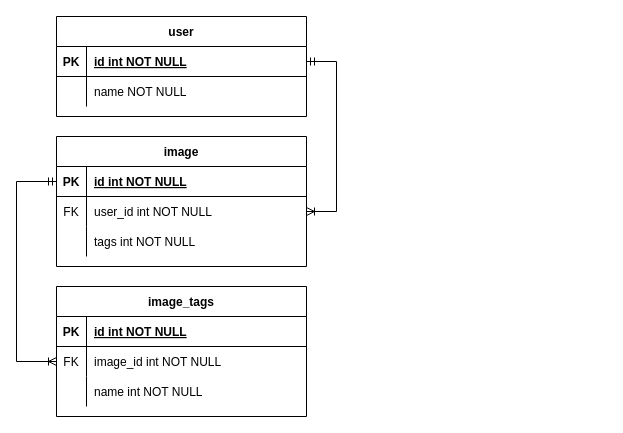
Before: example-image-post.drawio in azmiadhani/diagramsnet, a draw.io diagram. Source tidied: cells renumbered, new cells numbered last; positions are measured from the earlier drawing's top-left corner, leaving out a move shared by most shapes. Both pictures are drawn from the tidied source at 100%, with x=0, y=0 at pixel (16, 16).
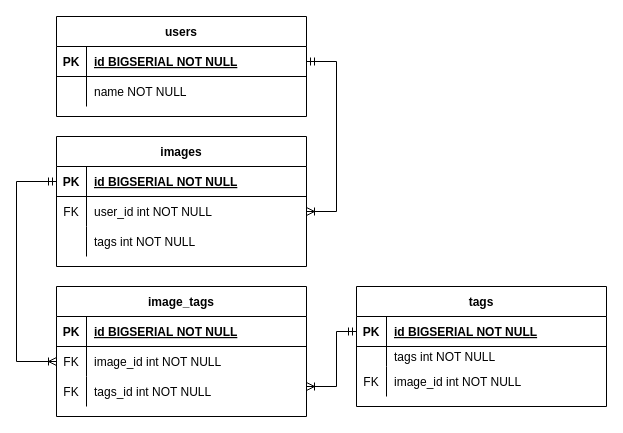
The same page after the edit.

Unchanged cells that the change refers to:
```xml
<mxCell id="3" style="shape=partialRectangle;fillColor=none;points=[[0,0.5],[1,0.5]];portConstraint=eastwest;top=0;left=0;right=0;bottom=1;" parent="2" vertex="1">
  <mxGeometry y="30" width="250" height="30" as="geometry" />
</mxCell>
<mxCell id="13" style="shape=partialRectangle;fillColor=none;points=[[0,0.5],[1,0.5]];portConstraint=eastwest;top=0;left=0;right=0;bottom=1;" parent="12" vertex="1">
  <mxGeometry y="30" width="250" height="30" as="geometry" />
</mxCell>
<mxCell id="20" style="shape=partialRectangle;fillColor=none;top=0;left=0;right=0;bottom=1;" parent="19" vertex="1">
  <mxGeometry y="30" width="250" height="30" as="geometry" />
</mxCell>
<mxCell id="26" style="shape=partialRectangle;fillColor=none;points=[[0,0.5],[1,0.5]];portConstraint=eastwest;top=0;left=0;right=0;bottom=0;" parent="19" vertex="1">
  <mxGeometry y="90" width="250" height="30" as="geometry" />
</mxCell>
```

Change to the diagram source:
```diff
@@
-    <mxCell id="2" value="image" style="shape=table;startSize=30;childLayout=tableLayout;rowLines=0;fontStyle=1;align=center;" parent="1" vertex="1">
+    <mxCell id="2" value="images" style="shape=table;startSize=30;childLayout=tableLayout;rowLines=0;fontStyle=1;align=center;" parent="1" vertex="1">
       <mxGeometry x="40" y="120" width="250" height="130" as="geometry" />
     </mxCell>
@@
-    <mxCell id="5" value="id int NOT NULL " style="shape=partialRectangle;overflow=hidden;fillColor=none;top=0;left=0;bottom=0;right=0;align=left;spacingLeft=6;fontStyle=5;" parent="3" vertex="1">
+    <mxCell id="5" value="id BIGSERIAL NOT NULL " style="shape=partialRectangle;overflow=hidden;fillColor=none;top=0;left=0;bottom=0;right=0;align=left;spacingLeft=6;fontStyle=5;" parent="3" vertex="1">
       <mxGeometry x="30" width="220" height="30" as="geometry" />
     </mxCell>
@@
-    <mxCell id="12" value="user" style="shape=table;startSize=30;childLayout=tableLayout;rowLines=0;fontStyle=1;align=center;" parent="1" vertex="1">
+    <mxCell id="12" value="users" style="shape=table;startSize=30;childLayout=tableLayout;rowLines=0;fontStyle=1;align=center;" parent="1" vertex="1">
       <mxGeometry x="40" width="250" height="100" as="geometry" />
     </mxCell>
@@
-    <mxCell id="15" value="id int NOT NULL " style="shape=partialRectangle;overflow=hidden;fillColor=none;top=0;left=0;bottom=0;right=0;align=left;spacingLeft=6;fontStyle=5;" parent="13" vertex="1">
+    <mxCell id="15" value="id BIGSERIAL NOT NULL " style="shape=partialRectangle;overflow=hidden;fillColor=none;top=0;left=0;bottom=0;right=0;align=left;spacingLeft=6;fontStyle=5;" parent="13" vertex="1">
       <mxGeometry x="30" width="220" height="30" as="geometry" />
     </mxCell>
@@
-    <mxCell id="22" value="id int NOT NULL " style="shape=partialRectangle;overflow=hidden;fillColor=none;top=0;left=0;bottom=0;right=0;align=left;spacingLeft=6;fontStyle=5;" parent="20" vertex="1">
+    <mxCell id="22" value="id BIGSERIAL NOT NULL " style="shape=partialRectangle;overflow=hidden;fillColor=none;top=0;left=0;bottom=0;right=0;align=left;spacingLeft=6;fontStyle=5;" parent="20" vertex="1">
       <mxGeometry x="30" width="220" height="30" as="geometry" />
     </mxCell>
@@
-    <mxCell id="27" style="shape=partialRectangle;overflow=hidden;fillColor=none;top=0;left=0;bottom=0;right=0;" parent="26" vertex="1">
-      <mxGeometry width="30" height="30" as="geometry" />
-    </mxCell>
-    <mxCell id="28" value="name int NOT NULL" style="shape=partialRectangle;overflow=hidden;fillColor=none;top=0;left=0;bottom=0;right=0;align=left;spacingLeft=6;" parent="26" vertex="1">
-      <mxGeometry x="30" width="220" height="30" as="geometry" />
-    </mxCell>
+    <mxCell id="31" value="FK" style="shape=partialRectangle;overflow=hidden;fillColor=none;top=0;left=0;bottom=0;right=0;" parent="26" vertex="1">
+      <mxGeometry width="30" height="30" as="geometry" />
+    </mxCell>
+    <mxCell id="32" value="tags_id int NOT NULL" style="shape=partialRectangle;overflow=hidden;fillColor=none;top=0;left=0;bottom=0;right=0;align=left;spacingLeft=6;" parent="26" vertex="1">
+      <mxGeometry x="30" width="220" height="30" as="geometry" />
+    </mxCell>
@@
+    <mxCell id="33" value="tags" style="shape=table;startSize=30;childLayout=tableLayout;rowLines=0;fontStyle=1;align=center;" parent="1" vertex="1">
+      <mxGeometry x="340" y="270" width="250" height="120" as="geometry" />
+    </mxCell>
+    <mxCell id="34" style="shape=partialRectangle;fillColor=none;points=[[0,0.5],[1,0.5]];portConstraint=eastwest;top=0;left=0;right=0;bottom=1;" parent="33" vertex="1">
+      <mxGeometry y="30" width="250" height="30" as="geometry" />
+    </mxCell>
+    <mxCell id="35" value="PK" style="shape=partialRectangle;overflow=hidden;fillColor=none;top=0;left=0;bottom=0;right=0;fontStyle=1;" parent="34" vertex="1">
+      <mxGeometry width="30" height="30" as="geometry" />
+    </mxCell>
+    <mxCell id="36" value="id BIGSERIAL NOT NULL " style="shape=partialRectangle;overflow=hidden;fillColor=none;top=0;left=0;bottom=0;right=0;align=left;spacingLeft=6;fontStyle=5;" parent="34" vertex="1">
+      <mxGeometry x="30" width="220" height="30" as="geometry" />
+    </mxCell>
+    <mxCell id="37" style="shape=partialRectangle;fillColor=none;top=0;left=0;right=0;bottom=0;" parent="33" vertex="1">
+      <mxGeometry y="60" width="250" height="20" as="geometry" />
+    </mxCell>
+    <mxCell id="38" style="shape=partialRectangle;overflow=hidden;fillColor=none;top=0;left=0;bottom=0;right=0;" parent="37" vertex="1">
+      <mxGeometry width="30" height="20" as="geometry" />
+    </mxCell>
+    <mxCell id="39" value="tags int NOT NULL" style="shape=partialRectangle;overflow=hidden;fillColor=none;top=0;left=0;bottom=0;right=0;align=left;spacingLeft=6;" parent="37" vertex="1">
+      <mxGeometry x="30" width="220" height="20" as="geometry" />
+    </mxCell>
+    <mxCell id="40" style="shape=partialRectangle;fillColor=none;top=0;left=0;right=0;bottom=0;" parent="33" vertex="1">
+      <mxGeometry y="80" width="250" height="30" as="geometry" />
+    </mxCell>
+    <mxCell id="41" value="FK" style="shape=partialRectangle;overflow=hidden;fillColor=none;top=0;left=0;bottom=0;right=0;" parent="40" vertex="1">
+      <mxGeometry width="30" height="30" as="geometry" />
+    </mxCell>
+    <mxCell id="42" value="image_id int NOT NULL" style="shape=partialRectangle;overflow=hidden;fillColor=none;top=0;left=0;bottom=0;right=0;align=left;spacingLeft=6;" parent="40" vertex="1">
+      <mxGeometry x="30" width="220" height="30" as="geometry" />
+    </mxCell>
+    <mxCell id="43" style="edgeStyle=elbowEdgeStyle;fontSize=12;html=1;endArrow=ERoneToMany;startArrow=ERmandOne;rounded=0;" parent="1" edge="1" source="34" target="26">
+      <mxGeometry relative="1" as="geometry">
+        <Array as="points">
+          <mxPoint x="320" y="370" />
+        </Array>
+      </mxGeometry>
+    </mxCell>
```
